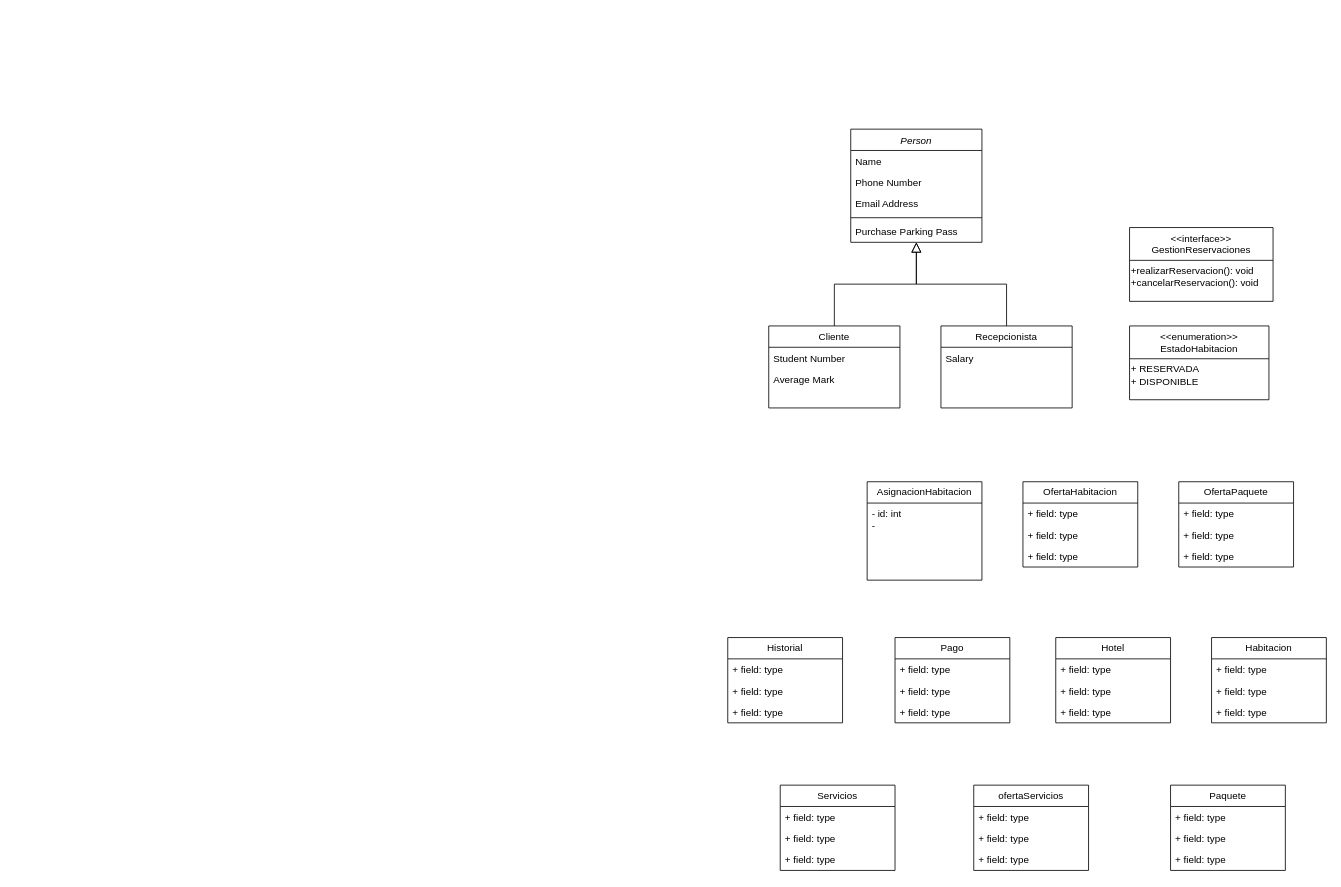
Above: SistemaReservacionesHotel.drawio in GabrielCevallos/SistemaReservacionesHotel (draw.io), before the change. Source tidied: cells renumbered, new cells numbered last; positions are measured from the earlier drawing's top-left corner, leaving out a move shared by most shapes. Both pictures are drawn from the tidied source at 82%, with x=0, y=0 at pixel (727, 129).
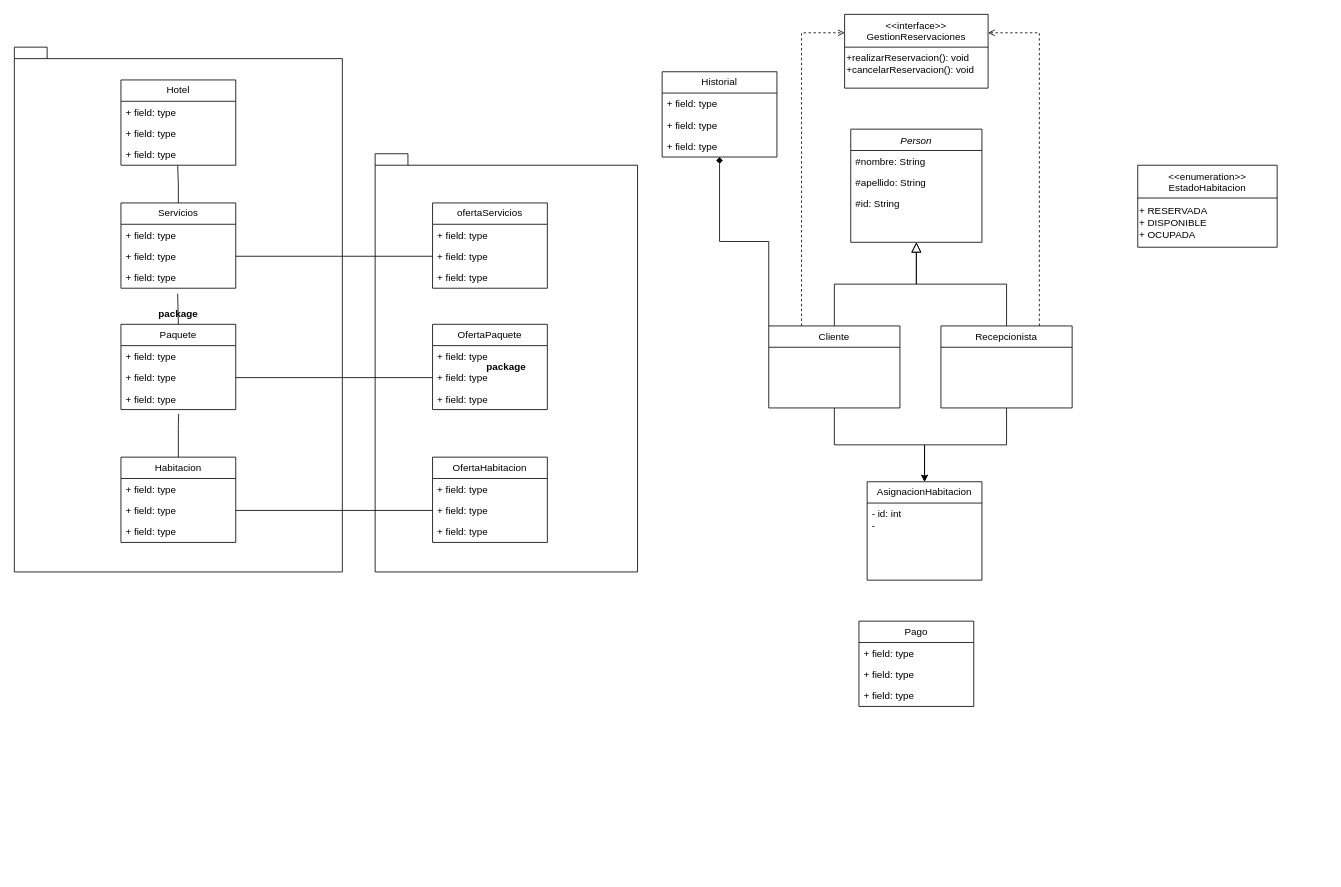
After the change.

The change refers to these unchanged cells:
```xml
<mxCell id="2" value="Person" style="swimlane;fontStyle=2;align=center;verticalAlign=top;horizontal=1;startSize=26;rounded=0;shadow=0;strokeWidth=1;" parent="1" vertex="1">
  <mxGeometry x="150" width="160" height="138" as="geometry" />
</mxCell>
<mxCell id="8" value="Cliente" style="swimlane;fontStyle=0;align=center;verticalAlign=top;horizontal=1;startSize=26;rounded=0;shadow=0;strokeWidth=1;" parent="1" vertex="1">
  <mxGeometry x="50" y="240" width="160" height="100" as="geometry" />
</mxCell>
<mxCell id="12" value="Recepcionista" style="swimlane;fontStyle=0;align=center;verticalAlign=top;horizontal=1;startSize=26;rounded=0;shadow=0;strokeWidth=1;" parent="1" vertex="1">
  <mxGeometry x="260" y="240" width="160" height="100" as="geometry" />
</mxCell>
<mxCell id="27" value="AsignacionHabitacion" style="swimlane;fontStyle=0;horizontal=1;startSize=26;fillColor=none;whiteSpace=wrap;html=1;" parent="1" vertex="1">
  <mxGeometry x="170" y="430" width="140" height="120" as="geometry" />
</mxCell>
<mxCell id="31" value="+ field: type" style="text;strokeColor=none;fillColor=none;align=left;verticalAlign=top;spacingLeft=4;spacingRight=4;overflow=hidden;points=[[0,0.5],[1,0.5]];portConstraint=eastwest;whiteSpace=wrap;html=1;" parent="29" vertex="1">
  <mxGeometry y="52" width="140" height="26" as="geometry" />
</mxCell>
<mxCell id="32" value="+ field: type" style="text;strokeColor=none;fillColor=none;align=left;verticalAlign=top;spacingLeft=4;spacingRight=4;overflow=hidden;points=[[0,0.5],[1,0.5]];portConstraint=eastwest;whiteSpace=wrap;html=1;" parent="29" vertex="1">
  <mxGeometry y="78" width="140" height="26" as="geometry" />
</mxCell>
<mxCell id="35" value="+ field: type" style="text;strokeColor=none;fillColor=none;align=left;verticalAlign=top;spacingLeft=4;spacingRight=4;overflow=hidden;points=[[0,0.5],[1,0.5]];portConstraint=eastwest;whiteSpace=wrap;html=1;" parent="33" vertex="1">
  <mxGeometry y="52" width="140" height="26" as="geometry" />
</mxCell>
<mxCell id="40" value="+ field: type" style="text;strokeColor=none;fillColor=none;align=left;verticalAlign=top;spacingLeft=4;spacingRight=4;overflow=hidden;points=[[0,0.5],[1,0.5]];portConstraint=eastwest;whiteSpace=wrap;html=1;" parent="37" vertex="1">
  <mxGeometry y="78" width="140" height="26" as="geometry" />
</mxCell>
<mxCell id="43" value="+ field: type" style="text;strokeColor=none;fillColor=none;align=left;verticalAlign=top;spacingLeft=4;spacingRight=4;overflow=hidden;points=[[0,0.5],[1,0.5]];portConstraint=eastwest;whiteSpace=wrap;html=1;" parent="41" vertex="1">
  <mxGeometry y="52" width="140" height="26" as="geometry" />
</mxCell>
<mxCell id="47" value="+ field: type" style="text;strokeColor=none;fillColor=none;align=left;verticalAlign=top;spacingLeft=4;spacingRight=4;overflow=hidden;points=[[0,0.5],[1,0.5]];portConstraint=eastwest;whiteSpace=wrap;html=1;" parent="45" vertex="1">
  <mxGeometry y="52" width="140" height="26" as="geometry" />
</mxCell>
<mxCell id="48" value="+ field: type" style="text;strokeColor=none;fillColor=none;align=left;verticalAlign=top;spacingLeft=4;spacingRight=4;overflow=hidden;points=[[0,0.5],[1,0.5]];portConstraint=eastwest;whiteSpace=wrap;html=1;" parent="45" vertex="1">
  <mxGeometry y="78" width="140" height="26" as="geometry" />
</mxCell>
<mxCell id="51" value="+ field: type" style="text;strokeColor=none;fillColor=none;align=left;verticalAlign=top;spacingLeft=4;spacingRight=4;overflow=hidden;points=[[0,0.5],[1,0.5]];portConstraint=eastwest;whiteSpace=wrap;html=1;" parent="49" vertex="1">
  <mxGeometry y="52" width="140" height="26" as="geometry" />
</mxCell>
<mxCell id="55" value="+ field: type" style="text;strokeColor=none;fillColor=none;align=left;verticalAlign=top;spacingLeft=4;spacingRight=4;overflow=hidden;points=[[0,0.5],[1,0.5]];portConstraint=eastwest;whiteSpace=wrap;html=1;" parent="53" vertex="1">
  <mxGeometry y="52" width="140" height="26" as="geometry" />
</mxCell>
<mxCell id="56" value="+ field: type" style="text;strokeColor=none;fillColor=none;align=left;verticalAlign=top;spacingLeft=4;spacingRight=4;overflow=hidden;points=[[0,0.5],[1,0.5]];portConstraint=eastwest;whiteSpace=wrap;html=1;" parent="53" vertex="1">
  <mxGeometry y="78" width="140" height="26" as="geometry" />
</mxCell>
```

Diff of the diagram source:
```diff
@@
+    <mxCell id="57" value="package" style="shape=folder;fontStyle=1;spacingTop=10;tabWidth=40;tabHeight=14;tabPosition=left;html=1;whiteSpace=wrap;" parent="1" vertex="1">
+      <mxGeometry x="-430" y="30" width="320" height="510" as="geometry" />
+    </mxCell>
+    <mxCell id="58" value="package" style="shape=folder;fontStyle=1;spacingTop=10;tabWidth=40;tabHeight=14;tabPosition=left;html=1;whiteSpace=wrap;" parent="1" vertex="1">
+      <mxGeometry x="-870" y="-100" width="400" height="640" as="geometry" />
+    </mxCell>
@@
-    <mxCell id="3" value="Name" style="text;align=left;verticalAlign=top;spacingLeft=4;spacingRight=4;overflow=hidden;" parent="2" vertex="1">
+    <mxCell id="3" value="#nombre: String" style="text;align=left;verticalAlign=top;spacingLeft=4;spacingRight=4;overflow=hidden;" parent="2" vertex="1">
       <mxGeometry y="26" width="160" height="26" as="geometry" />
     </mxCell>
-    <mxCell id="4" value="Phone Number" style="text;align=left;verticalAlign=top;spacingLeft=4;spacingRight=4;overflow=hidden;rounded=0;shadow=0;html=0;" parent="2" vertex="1">
+    <mxCell id="4" value="#apellido: String" style="text;align=left;verticalAlign=top;spacingLeft=4;spacingRight=4;overflow=hidden;rounded=0;shadow=0;html=0;" parent="2" vertex="1">
       <mxGeometry y="52" width="160" height="26" as="geometry" />
     </mxCell>
-    <mxCell id="5" value="Email Address" style="text;align=left;verticalAlign=top;spacingLeft=4;spacingRight=4;overflow=hidden;rounded=0;shadow=0;html=0;" parent="2" vertex="1">
+    <mxCell id="5" value="#id: String" style="text;align=left;verticalAlign=top;spacingLeft=4;spacingRight=4;overflow=hidden;rounded=0;shadow=0;html=0;" parent="2" vertex="1">
       <mxGeometry y="78" width="160" height="26" as="geometry" />
     </mxCell>
-    <mxCell id="6" style="line;html=1;strokeWidth=1;align=left;verticalAlign=middle;spacingTop=-1;spacingLeft=3;spacingRight=3;labelPosition=right;" parent="2" vertex="1">
-      <mxGeometry y="104" width="160" height="8" as="geometry" />
-    </mxCell>
-    <mxCell id="7" value="Purchase Parking Pass" style="text;align=left;verticalAlign=top;spacingLeft=4;spacingRight=4;overflow=hidden;" parent="2" vertex="1">
-      <mxGeometry y="112" width="160" height="26" as="geometry" />
-    </mxCell>
+    <mxCell id="59" style="edgeStyle=orthogonalEdgeStyle;rounded=0;jettySize=auto;html=1;exitX=0.5;exitY=1;exitDx=0;exitDy=0;entryX=0.5;entryY=0;entryDx=0;entryDy=0;" parent="1" edge="1" source="8" target="27">
+      <mxGeometry relative="1" as="geometry" />
+    </mxCell>
+    <mxCell id="60" style="edgeStyle=orthogonalEdgeStyle;rounded=0;jettySize=auto;html=1;exitX=0.25;exitY=0;exitDx=0;exitDy=0;entryX=0;entryY=0.25;entryDx=0;entryDy=0;dashed=1;endArrow=open;endFill=0;" parent="1" edge="1" source="8" target="15">
+      <mxGeometry relative="1" as="geometry" />
+    </mxCell>
+    <mxCell id="61" style="edgeStyle=orthogonalEdgeStyle;rounded=0;jettySize=auto;html=1;exitX=0;exitY=0;exitDx=0;exitDy=0;entryX=0.5;entryY=1;entryDx=0;entryDy=0;endArrow=diamond;endFill=1;" parent="1" edge="1" source="8" target="19">
+      <mxGeometry relative="1" as="geometry" />
+    </mxCell>
@@
-    <mxCell id="9" value="Student Number" style="text;align=left;verticalAlign=top;spacingLeft=4;spacingRight=4;overflow=hidden;" parent="8" vertex="1">
-      <mxGeometry y="26" width="160" height="26" as="geometry" />
-    </mxCell>
-    <mxCell id="10" value="Average Mark" style="text;align=left;verticalAlign=top;spacingLeft=4;spacingRight=4;overflow=hidden;rounded=0;shadow=0;html=0;" parent="8" vertex="1">
-      <mxGeometry y="52" width="160" height="26" as="geometry" />
-    </mxCell>
@@
+    <mxCell id="62" style="edgeStyle=orthogonalEdgeStyle;rounded=0;jettySize=auto;html=1;exitX=0.5;exitY=1;exitDx=0;exitDy=0;entryX=0.5;entryY=0;entryDx=0;entryDy=0;" parent="1" edge="1" source="12" target="27">
+      <mxGeometry relative="1" as="geometry" />
+    </mxCell>
+    <mxCell id="63" style="edgeStyle=orthogonalEdgeStyle;rounded=0;jettySize=auto;html=1;exitX=0.75;exitY=0;exitDx=0;exitDy=0;entryX=1;entryY=0.25;entryDx=0;entryDy=0;dashed=1;endArrow=open;endFill=0;" parent="1" edge="1" source="12" target="15">
+      <mxGeometry relative="1" as="geometry" />
+    </mxCell>
@@
-    <mxCell id="13" value="Salary" style="text;align=left;verticalAlign=top;spacingLeft=4;spacingRight=4;overflow=hidden;" parent="12" vertex="1">
-      <mxGeometry y="26" width="160" height="26" as="geometry" />
-    </mxCell>
@@
     <mxCell id="15" value="&lt;&lt;interface&gt;&gt;&#10;GestionReservaciones" style="swimlane;fontStyle=0;align=center;verticalAlign=top;horizontal=1;startSize=40;rounded=0;shadow=0;strokeWidth=1;" parent="1" vertex="1">
-      <mxGeometry x="490" y="120" width="175" height="90" as="geometry" />
+      <mxGeometry x="142.5" y="-140" width="175" height="90" as="geometry" />
     </mxCell>
@@
     <mxCell id="17" value="&lt;&lt;enumeration&gt;&gt;&#10;EstadoHabitacion" style="swimlane;fontStyle=0;align=center;verticalAlign=top;horizontal=1;startSize=40;rounded=0;shadow=0;strokeWidth=1;" parent="1" vertex="1">
-      <mxGeometry x="490" y="240" width="170" height="90" as="geometry" />
+      <mxGeometry x="500" y="44" width="170" height="100" as="geometry" />
     </mxCell>
-    <mxCell id="18" value="+ RESERVADA&lt;div&gt;+ DISPONIBLE&lt;/div&gt;" style="text;html=1;align=left;verticalAlign=middle;strokeColor=none;fillColor=none;" parent="17" vertex="1">
-      <mxGeometry y="40" width="170" height="40" as="geometry" />
+    <mxCell id="18" value="+ RESERVADA&lt;div&gt;+ DISPONIBLE&lt;/div&gt;&lt;div&gt;+ OCUPADA&lt;/div&gt;" style="text;html=1;align=left;verticalAlign=middle;strokeColor=none;fillColor=none;" parent="17" vertex="1">
+      <mxGeometry y="40" width="170" height="60" as="geometry" />
     </mxCell>
     <mxCell id="19" value="Historial" style="swimlane;fontStyle=0;horizontal=1;startSize=26;fillColor=none;whiteSpace=wrap;html=1;" parent="1" vertex="1">
-      <mxGeometry y="620" width="140" height="104" as="geometry" />
+      <mxGeometry x="-80" y="-70" width="140" height="104" as="geometry" />
     </mxCell>
@@
     <mxCell id="23" value="Pago" style="swimlane;fontStyle=0;horizontal=1;startSize=26;fillColor=none;whiteSpace=wrap;html=1;" parent="1" vertex="1">
-      <mxGeometry x="204" y="620" width="140" height="104" as="geometry" />
+      <mxGeometry x="160" y="600" width="140" height="104" as="geometry" />
     </mxCell>
@@
     <mxCell id="29" value="OfertaHabitacion" style="swimlane;fontStyle=0;horizontal=1;startSize=26;fillColor=none;whiteSpace=wrap;html=1;" parent="1" vertex="1">
-      <mxGeometry x="360" y="430" width="140" height="104" as="geometry" />
+      <mxGeometry x="-360" y="400" width="140" height="104" as="geometry" />
     </mxCell>
@@
     <mxCell id="33" value="OfertaPaquete" style="swimlane;fontStyle=0;horizontal=1;startSize=26;fillColor=none;whiteSpace=wrap;html=1;" parent="1" vertex="1">
-      <mxGeometry x="550" y="430" width="140" height="104" as="geometry" />
+      <mxGeometry x="-360" y="238" width="140" height="104" as="geometry" />
     </mxCell>
@@
     <mxCell id="37" value="Hotel" style="swimlane;fontStyle=0;horizontal=1;startSize=26;fillColor=none;whiteSpace=wrap;html=1;" parent="1" vertex="1">
-      <mxGeometry x="400" y="620" width="140" height="104" as="geometry" />
+      <mxGeometry x="-740" y="-60" width="140" height="104" as="geometry" />
     </mxCell>
@@
     <mxCell id="41" value="Habitacion" style="swimlane;fontStyle=0;horizontal=1;startSize=26;fillColor=none;whiteSpace=wrap;html=1;" parent="1" vertex="1">
-      <mxGeometry x="590" y="620" width="140" height="104" as="geometry" />
+      <mxGeometry x="-740" y="400" width="140" height="104" as="geometry" />
     </mxCell>
@@
     <mxCell id="45" value="Paquete" style="swimlane;fontStyle=0;horizontal=1;startSize=26;fillColor=none;whiteSpace=wrap;html=1;" parent="1" vertex="1">
-      <mxGeometry x="540" y="800" width="140" height="104" as="geometry" />
+      <mxGeometry x="-740" y="238" width="140" height="104" as="geometry" />
     </mxCell>
@@
     <mxCell id="49" value="ofertaServicios" style="swimlane;fontStyle=0;horizontal=1;startSize=26;fillColor=none;whiteSpace=wrap;html=1;" parent="1" vertex="1">
-      <mxGeometry x="300" y="800" width="140" height="104" as="geometry" />
+      <mxGeometry x="-360" y="90" width="140" height="104" as="geometry" />
     </mxCell>
@@
     <mxCell id="53" value="Servicios" style="swimlane;fontStyle=0;horizontal=1;startSize=26;fillColor=none;whiteSpace=wrap;html=1;" parent="1" vertex="1">
-      <mxGeometry x="64" y="800" width="140" height="104" as="geometry" />
+      <mxGeometry x="-740" y="90" width="140" height="104" as="geometry" />
     </mxCell>
@@
+    <mxCell id="64" style="edgeStyle=orthogonalEdgeStyle;rounded=0;jettySize=auto;html=1;exitX=1;exitY=0.5;exitDx=0;exitDy=0;endArrow=none;endFill=0;" parent="1" edge="1" source="55" target="51">
+      <mxGeometry relative="1" as="geometry" />
+    </mxCell>
+    <mxCell id="65" style="edgeStyle=orthogonalEdgeStyle;rounded=0;jettySize=auto;html=1;exitX=0;exitY=0.5;exitDx=0;exitDy=0;entryX=1;entryY=0.5;entryDx=0;entryDy=0;endArrow=none;endFill=0;" parent="1" edge="1" source="35" target="47">
+      <mxGeometry relative="1" as="geometry" />
+    </mxCell>
+    <mxCell id="66" style="edgeStyle=orthogonalEdgeStyle;rounded=0;jettySize=auto;html=1;exitX=1;exitY=0.5;exitDx=0;exitDy=0;endArrow=none;endFill=0;" parent="1" edge="1" source="43" target="31">
+      <mxGeometry relative="1" as="geometry" />
+    </mxCell>
+    <mxCell id="67" style="edgeStyle=orthogonalEdgeStyle;rounded=0;jettySize=auto;html=1;exitX=0.5;exitY=0;exitDx=0;exitDy=0;entryX=0.494;entryY=1.257;entryDx=0;entryDy=0;entryPerimeter=0;endArrow=none;endFill=0;" parent="1" edge="1" source="45" target="56">
+      <mxGeometry relative="1" as="geometry" />
+    </mxCell>
+    <mxCell id="68" style="edgeStyle=orthogonalEdgeStyle;rounded=0;jettySize=auto;html=1;exitX=0.5;exitY=0;exitDx=0;exitDy=0;entryX=0.494;entryY=1.015;entryDx=0;entryDy=0;entryPerimeter=0;endArrow=none;endFill=0;" parent="1" edge="1" source="53" target="40">
+      <mxGeometry relative="1" as="geometry" />
+    </mxCell>
+    <mxCell id="69" style="edgeStyle=orthogonalEdgeStyle;rounded=0;jettySize=auto;html=1;exitX=0.5;exitY=0;exitDx=0;exitDy=0;entryX=0.503;entryY=1.198;entryDx=0;entryDy=0;entryPerimeter=0;endArrow=none;endFill=0;" parent="1" edge="1" source="41" target="48">
+      <mxGeometry relative="1" as="geometry">
+        <Array as="points">
+          <mxPoint x="-670" y="360" />
+          <mxPoint x="-670" y="360" />
+        </Array>
+      </mxGeometry>
+    </mxCell>
+    <mxCell id="70" style="edgeStyle=orthogonalEdgeStyle;rounded=0;jettySize=auto;html=1;exitX=0.5;exitY=0;exitDx=0;exitDy=0;entryX=0.501;entryY=1.189;entryDx=0;entryDy=0;entryPerimeter=0;endArrow=none;endFill=0;" parent="1" edge="1" source="23">
+      <mxGeometry relative="1" as="geometry">
+        <Array as="points">
+          <mxPoint x="230" y="559" />
+          <mxPoint x="230" y="559" />
+        </Array>
+      </mxGeometry>
+    </mxCell>
+    <mxCell id="71" style="edgeStyle=orthogonalEdgeStyle;rounded=0;jettySize=auto;html=1;exitX=0;exitY=0.5;exitDx=0;exitDy=0;entryX=0.992;entryY=0.022;entryDx=0;entryDy=0;entryPerimeter=0;endArrow=none;endFill=0;" parent="1" edge="1" target="32">
+      <mxGeometry relative="1" as="geometry">
+        <Array as="points">
+          <mxPoint x="-30" y="478" />
+          <mxPoint x="-30" y="479" />
+        </Array>
+      </mxGeometry>
+    </mxCell>
```
